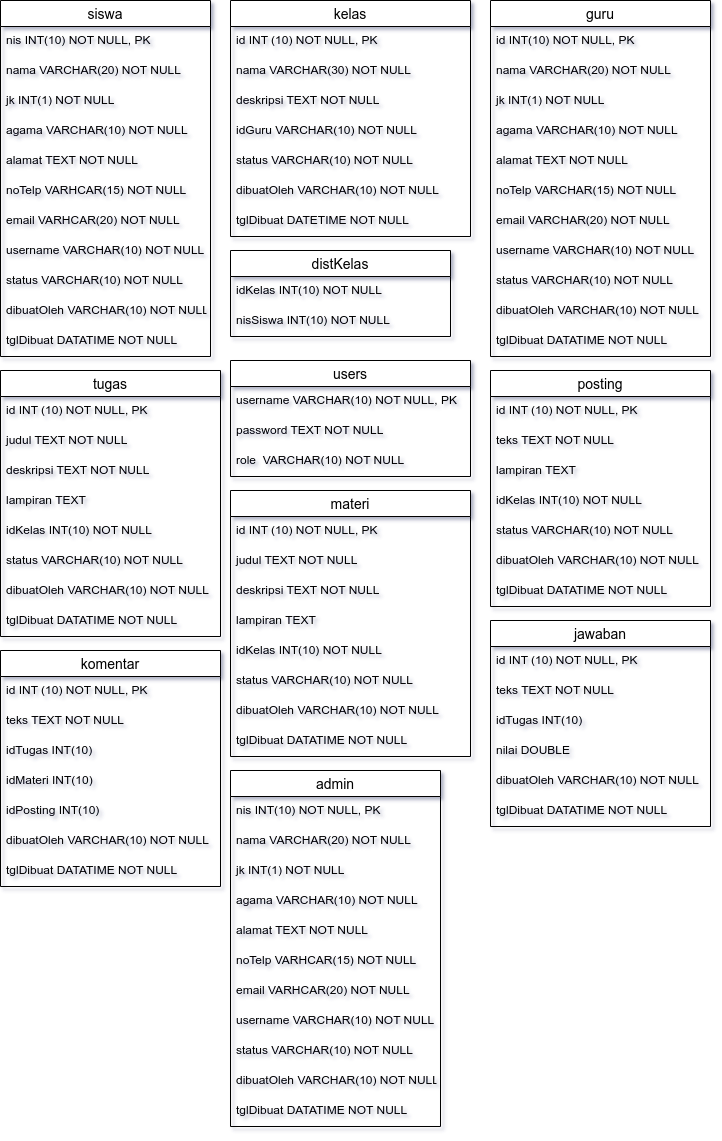
Above: images/image6.png in versimalik/tutorialProjectSekolah (draw.io), before the change. Source tidied: cells renumbered, new cells last; positions are measured from the earlier drawing's top-left corner, leaving out a move shared by most shapes.
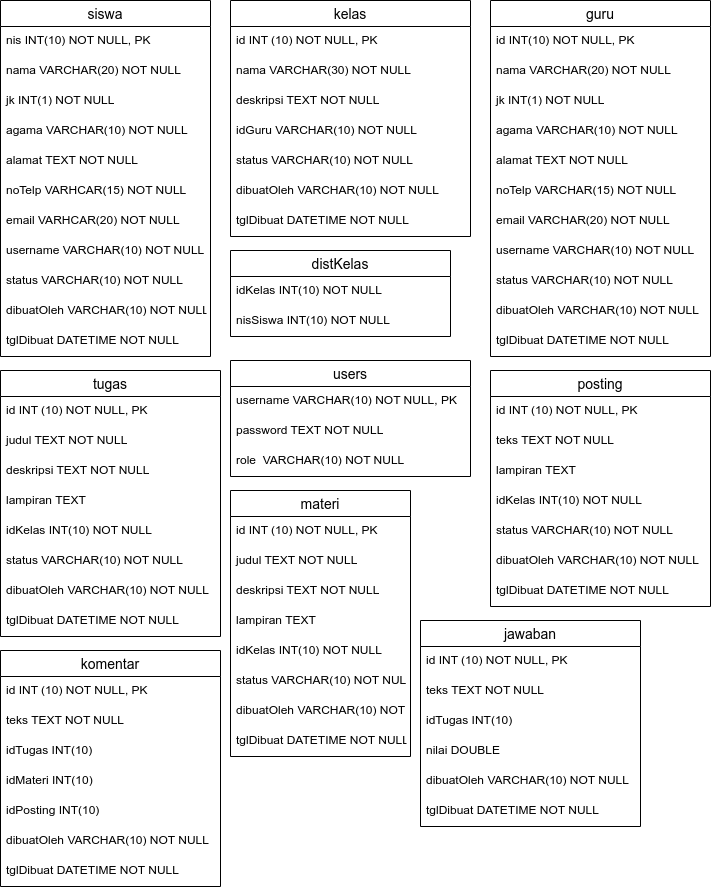
The same file after the commit.

Commit message:
perbaiki gambar desain, DATATIME to DATETIME

Change to the diagram source:
```diff
@@ -35,7 +35,7 @@
     <mxCell id="12" value="dibuatOleh VARCHAR(10) NOT NULL" style="text;strokeColor=none;fillColor=none;spacingLeft=4;spacingRight=4;overflow=hidden;fontSize=12;" parent="2" vertex="1">
       <mxGeometry y="296" width="210" height="30" as="geometry" />
     </mxCell>
-    <mxCell id="13" value="tglDibuat DATATIME NOT NULL" style="text;strokeColor=none;fillColor=none;spacingLeft=4;spacingRight=4;overflow=hidden;fontSize=12;" parent="2" vertex="1">
+    <mxCell id="13" value="tglDibuat DATETIME NOT NULL" style="text;strokeColor=none;fillColor=none;spacingLeft=4;spacingRight=4;overflow=hidden;fontSize=12;" parent="2" vertex="1">
       <mxGeometry y="326" width="210" height="30" as="geometry" />
     </mxCell>
     <mxCell id="14" value="guru" style="swimlane;fontStyle=0;horizontal=1;startSize=26;align=center;fontSize=14;" parent="1" vertex="1">
@@ -71,7 +71,7 @@
     <mxCell id="24" value="dibuatOleh VARCHAR(10) NOT NULL" style="text;strokeColor=none;fillColor=none;spacingLeft=4;spacingRight=4;overflow=hidden;fontSize=12;" parent="14" vertex="1">
       <mxGeometry y="296" width="220" height="30" as="geometry" />
     </mxCell>
-    <mxCell id="25" value="tglDibuat DATATIME NOT NULL" style="text;strokeColor=none;fillColor=none;spacingLeft=4;spacingRight=4;overflow=hidden;fontSize=12;" parent="14" vertex="1">
+    <mxCell id="25" value="tglDibuat DATETIME NOT NULL" style="text;strokeColor=none;fillColor=none;spacingLeft=4;spacingRight=4;overflow=hidden;fontSize=12;" parent="14" vertex="1">
       <mxGeometry y="326" width="220" height="30" as="geometry" />
     </mxCell>
     <mxCell id="26" value="kelas" style="swimlane;fontStyle=0;horizontal=1;startSize=26;align=center;fontSize=14;" parent="1" vertex="1">
@@ -131,7 +131,7 @@
     <mxCell id="44" value="dibuatOleh VARCHAR(10) NOT NULL" style="text;strokeColor=none;fillColor=none;spacingLeft=4;spacingRight=4;overflow=hidden;fontSize=12;" parent="37" vertex="1">
       <mxGeometry y="206" width="220" height="30" as="geometry" />
     </mxCell>
-    <mxCell id="45" value="tglDibuat DATATIME NOT NULL" style="text;strokeColor=none;fillColor=none;spacingLeft=4;spacingRight=4;overflow=hidden;fontSize=12;" parent="37" vertex="1">
+    <mxCell id="45" value="tglDibuat DATETIME NOT NULL" style="text;strokeColor=none;fillColor=none;spacingLeft=4;spacingRight=4;overflow=hidden;fontSize=12;" parent="37" vertex="1">
       <mxGeometry y="236" width="220" height="30" as="geometry" />
     </mxCell>
     <mxCell id="46" value="users" style="swimlane;fontStyle=0;horizontal=1;startSize=26;align=center;fontSize=14;" parent="1" vertex="1">
@@ -167,7 +167,7 @@
     <mxCell id="56" value="dibuatOleh VARCHAR(10) NOT NULL" style="text;strokeColor=none;fillColor=none;spacingLeft=4;spacingRight=4;overflow=hidden;fontSize=12;" parent="50" vertex="1">
       <mxGeometry y="176" width="220" height="30" as="geometry" />
     </mxCell>
-    <mxCell id="57" value="tglDibuat DATATIME NOT NULL" style="text;strokeColor=none;fillColor=none;spacingLeft=4;spacingRight=4;overflow=hidden;fontSize=12;" parent="50" vertex="1">
+    <mxCell id="57" value="tglDibuat DATETIME NOT NULL" style="text;strokeColor=none;fillColor=none;spacingLeft=4;spacingRight=4;overflow=hidden;fontSize=12;" parent="50" vertex="1">
       <mxGeometry y="206" width="220" height="30" as="geometry" />
     </mxCell>
     <mxCell id="58" value="komentar" style="swimlane;fontStyle=0;horizontal=1;startSize=26;align=center;fontSize=14;" parent="1" vertex="1">
@@ -191,11 +191,11 @@
     <mxCell id="64" value="dibuatOleh VARCHAR(10) NOT NULL" style="text;strokeColor=none;fillColor=none;spacingLeft=4;spacingRight=4;overflow=hidden;fontSize=12;" parent="58" vertex="1">
       <mxGeometry y="176" width="220" height="30" as="geometry" />
     </mxCell>
-    <mxCell id="65" value="tglDibuat DATATIME NOT NULL" style="text;strokeColor=none;fillColor=none;spacingLeft=4;spacingRight=4;overflow=hidden;fontSize=12;" parent="58" vertex="1">
+    <mxCell id="65" value="tglDibuat DATETIME NOT NULL" style="text;strokeColor=none;fillColor=none;spacingLeft=4;spacingRight=4;overflow=hidden;fontSize=12;" parent="58" vertex="1">
       <mxGeometry y="206" width="220" height="30" as="geometry" />
     </mxCell>
     <mxCell id="66" value="jawaban" style="swimlane;fontStyle=0;horizontal=1;startSize=26;align=center;fontSize=14;" parent="1" vertex="1">
-      <mxGeometry x="490" y="620" width="220" height="206" as="geometry" />
+      <mxGeometry x="420" y="620" width="220" height="206" as="geometry" />
     </mxCell>
     <mxCell id="67" value="id INT (10) NOT NULL, PK" style="text;strokeColor=none;fillColor=none;spacingLeft=4;spacingRight=4;overflow=hidden;fontSize=12;" parent="66" vertex="1">
       <mxGeometry y="26" width="220" height="30" as="geometry" />
@@ -212,71 +212,35 @@
     <mxCell id="71" value="dibuatOleh VARCHAR(10) NOT NULL" style="text;strokeColor=none;fillColor=none;spacingLeft=4;spacingRight=4;overflow=hidden;fontSize=12;" parent="66" vertex="1">
       <mxGeometry y="146" width="220" height="30" as="geometry" />
     </mxCell>
-    <mxCell id="72" value="tglDibuat DATATIME NOT NULL" style="text;strokeColor=none;fillColor=none;spacingLeft=4;spacingRight=4;overflow=hidden;fontSize=12;" parent="66" vertex="1">
+    <mxCell id="72" value="tglDibuat DATETIME NOT NULL" style="text;strokeColor=none;fillColor=none;spacingLeft=4;spacingRight=4;overflow=hidden;fontSize=12;" parent="66" vertex="1">
       <mxGeometry y="176" width="220" height="30" as="geometry" />
     </mxCell>
     <mxCell id="73" value="materi" style="swimlane;fontStyle=0;horizontal=1;startSize=26;align=center;fontSize=14;" parent="1" vertex="1">
-      <mxGeometry x="230" y="490" width="240" height="266" as="geometry" />
+      <mxGeometry x="230" y="490" width="180" height="266" as="geometry" />
     </mxCell>
     <mxCell id="74" value="id INT (10) NOT NULL, PK" style="text;strokeColor=none;fillColor=none;spacingLeft=4;spacingRight=4;overflow=hidden;fontSize=12;" parent="73" vertex="1">
-      <mxGeometry y="26" width="240" height="30" as="geometry" />
+      <mxGeometry y="26" width="180" height="30" as="geometry" />
     </mxCell>
     <mxCell id="75" value="judul TEXT NOT NULL" style="text;strokeColor=none;fillColor=none;spacingLeft=4;spacingRight=4;overflow=hidden;fontSize=12;" parent="73" vertex="1">
-      <mxGeometry y="56" width="240" height="30" as="geometry" />
+      <mxGeometry y="56" width="180" height="30" as="geometry" />
     </mxCell>
     <mxCell id="76" value="deskripsi TEXT NOT NULL" style="text;strokeColor=none;fillColor=none;spacingLeft=4;spacingRight=4;overflow=hidden;fontSize=12;" parent="73" vertex="1">
-      <mxGeometry y="86" width="240" height="30" as="geometry" />
+      <mxGeometry y="86" width="180" height="30" as="geometry" />
     </mxCell>
     <mxCell id="77" value="lampiran TEXT" style="text;strokeColor=none;fillColor=none;spacingLeft=4;spacingRight=4;overflow=hidden;fontSize=12;" parent="73" vertex="1">
-      <mxGeometry y="116" width="240" height="30" as="geometry" />
+      <mxGeometry y="116" width="180" height="30" as="geometry" />
     </mxCell>
     <mxCell id="78" value="idKelas INT(10) NOT NULL" style="text;strokeColor=none;fillColor=none;spacingLeft=4;spacingRight=4;overflow=hidden;fontSize=12;" parent="73" vertex="1">
-      <mxGeometry y="146" width="240" height="30" as="geometry" />
+      <mxGeometry y="146" width="180" height="30" as="geometry" />
     </mxCell>
     <mxCell id="79" value="status VARCHAR(10) NOT NULL" style="text;strokeColor=none;fillColor=none;spacingLeft=4;spacingRight=4;overflow=hidden;fontSize=12;" parent="73" vertex="1">
-      <mxGeometry y="176" width="240" height="30" as="geometry" />
+      <mxGeometry y="176" width="180" height="30" as="geometry" />
     </mxCell>
     <mxCell id="80" value="dibuatOleh VARCHAR(10) NOT NULL" style="text;strokeColor=none;fillColor=none;spacingLeft=4;spacingRight=4;overflow=hidden;fontSize=12;" parent="73" vertex="1">
-      <mxGeometry y="206" width="240" height="30" as="geometry" />
+      <mxGeometry y="206" width="180" height="30" as="geometry" />
     </mxCell>
-    <mxCell id="81" value="tglDibuat DATATIME NOT NULL" style="text;strokeColor=none;fillColor=none;spacingLeft=4;spacingRight=4;overflow=hidden;fontSize=12;" parent="73" vertex="1">
-      <mxGeometry y="236" width="240" height="30" as="geometry" />
+    <mxCell id="81" value="tglDibuat DATETIME NOT NULL" style="text;strokeColor=none;fillColor=none;spacingLeft=4;spacingRight=4;overflow=hidden;fontSize=12;" parent="73" vertex="1">
+      <mxGeometry y="236" width="180" height="30" as="geometry" />
     </mxCell>
-    <mxCell id="82" value="admin" style="swimlane;fontStyle=0;horizontal=1;startSize=26;align=center;fontSize=14;" parent="1" vertex="1">
-      <mxGeometry x="230" y="770" width="210" height="356" as="geometry" />
-    </mxCell>
-    <mxCell id="83" value="nis INT(10) NOT NULL, PK" style="text;strokeColor=none;fillColor=none;spacingLeft=4;spacingRight=4;overflow=hidden;fontSize=12;" parent="82" vertex="1">
-      <mxGeometry y="26" width="210" height="30" as="geometry" />
-    </mxCell>
-    <mxCell id="84" value="nama VARCHAR(20) NOT NULL" style="text;strokeColor=none;fillColor=none;spacingLeft=4;spacingRight=4;overflow=hidden;fontSize=12;" parent="82" vertex="1">
-      <mxGeometry y="56" width="210" height="30" as="geometry" />
-    </mxCell>
-    <mxCell id="85" value="jk INT(1) NOT NULL" style="text;strokeColor=none;fillColor=none;spacingLeft=4;spacingRight=4;overflow=hidden;fontSize=12;" parent="82" vertex="1">
-      <mxGeometry y="86" width="210" height="30" as="geometry" />
-    </mxCell>
-    <mxCell id="86" value="agama VARCHAR(10) NOT NULL" style="text;strokeColor=none;fillColor=none;spacingLeft=4;spacingRight=4;overflow=hidden;fontSize=12;" parent="82" vertex="1">
-      <mxGeometry y="116" width="210" height="30" as="geometry" />
-    </mxCell>
-    <mxCell id="87" value="alamat TEXT NOT NULL" style="text;strokeColor=none;fillColor=none;spacingLeft=4;spacingRight=4;overflow=hidden;fontSize=12;" parent="82" vertex="1">
-      <mxGeometry y="146" width="210" height="30" as="geometry" />
-    </mxCell>
-    <mxCell id="88" value="noTelp VARHCAR(15) NOT NULL" style="text;strokeColor=none;fillColor=none;spacingLeft=4;spacingRight=4;overflow=hidden;fontSize=12;" parent="82" vertex="1">
-      <mxGeometry y="176" width="210" height="30" as="geometry" />
-    </mxCell>
-    <mxCell id="89" value="email VARHCAR(20) NOT NULL" style="text;strokeColor=none;fillColor=none;spacingLeft=4;spacingRight=4;overflow=hidden;fontSize=12;" parent="82" vertex="1">
-      <mxGeometry y="206" width="210" height="30" as="geometry" />
-    </mxCell>
-    <mxCell id="90" value="username VARCHAR(10) NOT NULL" style="text;strokeColor=none;fillColor=none;spacingLeft=4;spacingRight=4;overflow=hidden;fontSize=12;" parent="82" vertex="1">
-      <mxGeometry y="236" width="210" height="30" as="geometry" />
-    </mxCell>
-    <mxCell id="91" value="status VARCHAR(10) NOT NULL" style="text;strokeColor=none;fillColor=none;spacingLeft=4;spacingRight=4;overflow=hidden;fontSize=12;" parent="82" vertex="1">
-      <mxGeometry y="266" width="210" height="30" as="geometry" />
-    </mxCell>
-    <mxCell id="92" value="dibuatOleh VARCHAR(10) NOT NULL" style="text;strokeColor=none;fillColor=none;spacingLeft=4;spacingRight=4;overflow=hidden;fontSize=12;" parent="82" vertex="1">
-      <mxGeometry y="296" width="210" height="30" as="geometry" />
-    </mxCell>
-    <mxCell id="93" value="tglDibuat DATATIME NOT NULL" style="text;strokeColor=none;fillColor=none;spacingLeft=4;spacingRight=4;overflow=hidden;fontSize=12;" parent="82" vertex="1">
-      <mxGeometry y="326" width="210" height="30" as="geometry" />
-    </mxCell>
   </root>
 </mxGraphModel>
```
